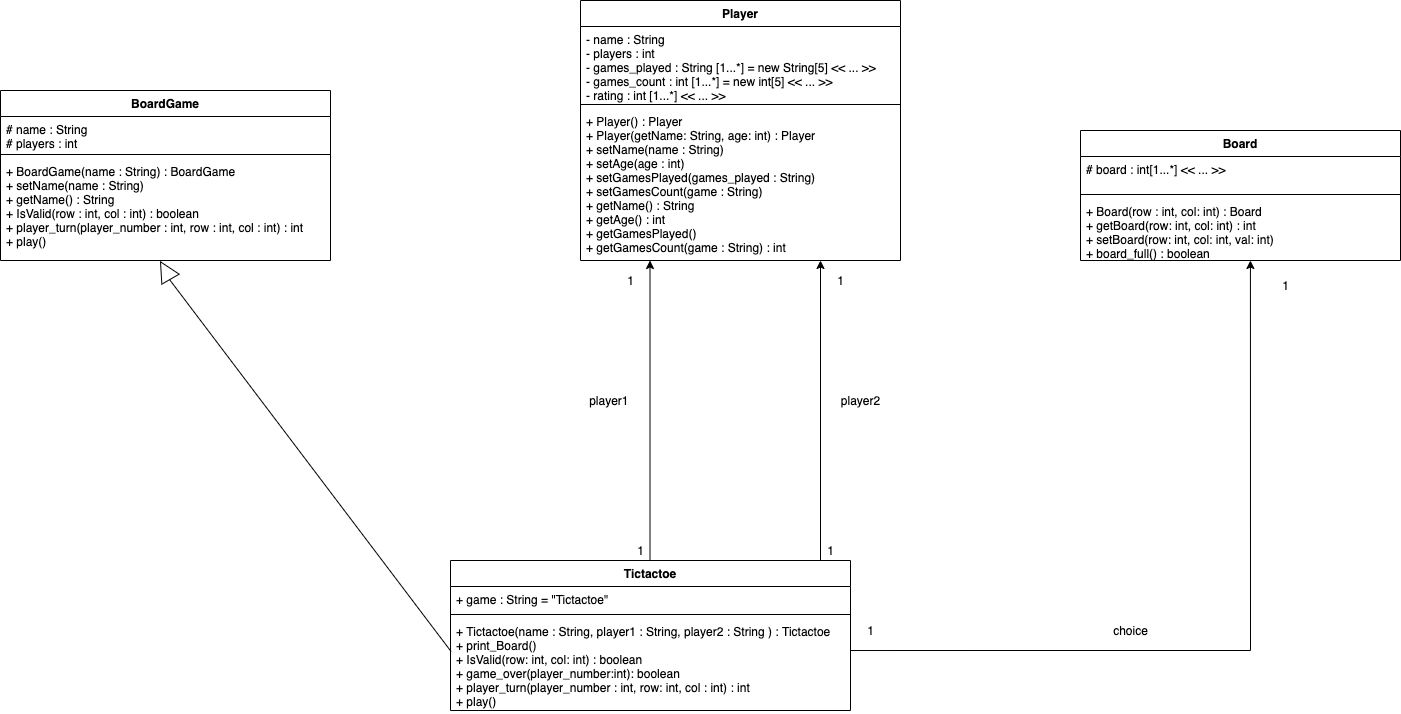
The draw.io diagram UML_Updated.png in akshatg007/Domain_Model_ClassDiagram, before a commit. Source tidied: cells renumbered, new cells last; positions are measured from the earlier drawing's top-left corner, leaving out a move shared by most shapes.
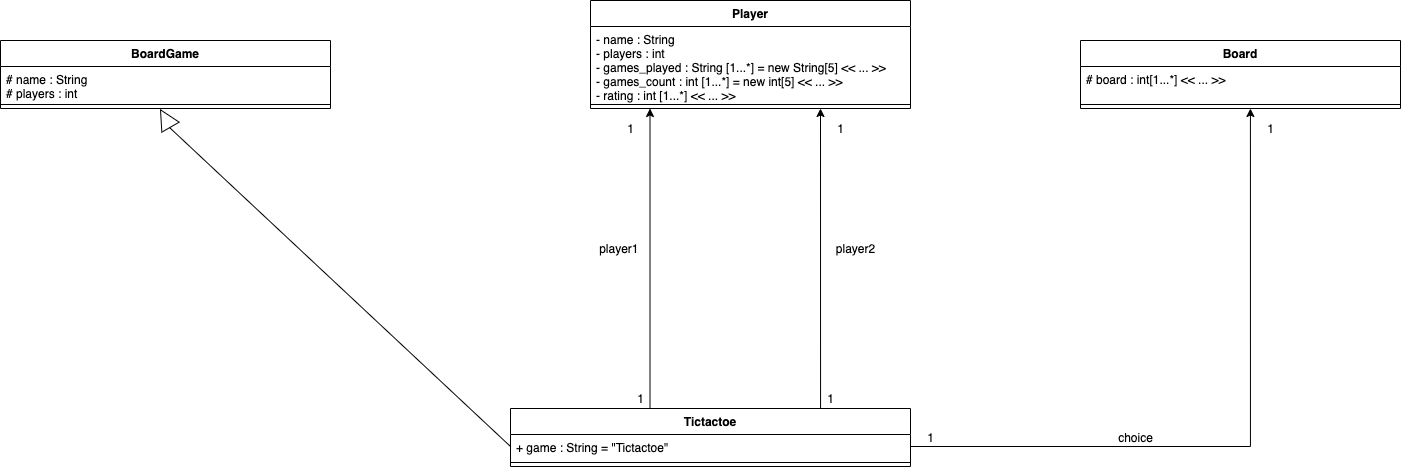
After the change.

What changed in the source:
```diff
@@ -3,7 +3,7 @@
     <mxCell id="0" />
     <mxCell id="1" parent="0" />
     <mxCell id="2" value="BoardGame" style="swimlane;fontStyle=1;align=center;verticalAlign=top;horizontal=1;startSize=26;" parent="1" vertex="1">
-      <mxGeometry y="90" width="330" height="170" as="geometry" />
+      <mxGeometry y="192" width="330" height="68" as="geometry" />
     </mxCell>
     <mxCell id="3" value="# name : String&#10;# players : int&#10;" style="text;strokeColor=none;fillColor=none;align=left;verticalAlign=top;spacingLeft=4;spacingRight=4;overflow=hidden;" parent="2" vertex="1">
       <mxGeometry y="26" width="330" height="34" as="geometry" />
@@ -11,11 +11,8 @@
     <mxCell id="4" style="line;strokeWidth=1;fillColor=none;align=left;verticalAlign=middle;spacingTop=-1;spacingLeft=3;spacingRight=3;labelPosition=right;" parent="2" vertex="1">
       <mxGeometry y="60" width="330" height="8" as="geometry" />
     </mxCell>
-    <mxCell id="5" value="+ BoardGame(name : String) : BoardGame&#10;+ setName(name : String) &#10;+ getName() : String&#10;+ IsValid(row : int, col : int) : boolean&#10;+ player_turn(player_number : int, row : int, col : int) : int&#10;+ play()" style="text;strokeColor=none;fillColor=none;align=left;verticalAlign=top;spacingLeft=4;spacingRight=4;overflow=hidden;" parent="2" vertex="1">
-      <mxGeometry y="68" width="330" height="102" as="geometry" />
-    </mxCell>
     <mxCell id="6" value="Tictactoe" style="swimlane;fontStyle=1;align=center;verticalAlign=top;horizontal=1;startSize=26;" parent="1" vertex="1">
-      <mxGeometry x="450" y="560" width="400" height="150" as="geometry" />
+      <mxGeometry x="510" y="560" width="400" height="58" as="geometry" />
     </mxCell>
     <mxCell id="7" value="+ game : String = &quot;Tictactoe&quot;" style="text;strokeColor=none;fillColor=none;align=left;verticalAlign=top;spacingLeft=4;spacingRight=4;overflow=hidden;points=[[0,0.5],[1,0.5]];portConstraint=eastwest;" parent="6" vertex="1">
       <mxGeometry y="26" width="400" height="24" as="geometry" />
@@ -23,11 +20,8 @@
     <mxCell id="8" style="line;strokeWidth=1;fillColor=none;align=left;verticalAlign=middle;spacingTop=-1;spacingLeft=3;spacingRight=3;labelPosition=right;" parent="6" vertex="1">
       <mxGeometry y="50" width="400" height="8" as="geometry" />
     </mxCell>
-    <mxCell id="9" value="+ Tictactoe(name : String, player1 : String, player2 : String ) : Tictactoe&#10;+ print_Board() &#10;+ IsValid(row: int, col: int) : boolean&#10;+ game_over(player_number:int): boolean&#10;+ player_turn(player_number : int, row: int, col : int) : int&#10;+ play()" style="text;strokeColor=none;fillColor=none;align=left;verticalAlign=top;spacingLeft=4;spacingRight=4;overflow=hidden;points=[[0,0.5],[1,0.5]];portConstraint=eastwest;labelBackgroundColor=none;labelBorderColor=none;" parent="6" vertex="1">
-      <mxGeometry y="58" width="400" height="92" as="geometry" />
-    </mxCell>
     <mxCell id="10" value="Player" style="swimlane;fontStyle=1;align=center;verticalAlign=top;horizontal=1;startSize=26;labelBackgroundColor=none;labelBorderColor=none;" parent="1" vertex="1">
-      <mxGeometry x="580" width="320" height="260" as="geometry" />
+      <mxGeometry x="590" y="152" width="320" height="108" as="geometry" />
     </mxCell>
     <mxCell id="11" value="- name : String&#10;- players : int&#10;- games_played : String [1...*] = new String[5] &lt;&lt; ... &gt;&gt;&#10;- games_count : int [1...*] = new int[5] &lt;&lt; ... &gt;&gt;&#10;- rating : int [1...*] &lt;&lt; ... &gt;&gt;&#10;" style="text;strokeColor=none;fillColor=none;align=left;verticalAlign=top;spacingLeft=4;spacingRight=4;overflow=hidden;" parent="10" vertex="1">
       <mxGeometry y="26" width="320" height="74" as="geometry" />
@@ -35,11 +29,8 @@
     <mxCell id="12" style="line;strokeWidth=1;fillColor=none;align=left;verticalAlign=middle;spacingTop=-1;spacingLeft=3;spacingRight=3;labelPosition=right;" parent="10" vertex="1">
       <mxGeometry y="100" width="320" height="8" as="geometry" />
     </mxCell>
-    <mxCell id="13" value="+ Player() : Player&#10;+ Player(getName: String, age: int) : Player&#10;+ setName(name : String) &#10;+ setAge(age : int)&#10;+ setGamesPlayed(games_played : String)&#10;+ setGamesCount(game : String) &#10;+ getName() : String&#10;+ getAge() : int&#10;+ getGamesPlayed()&#10;+ getGamesCount(game : String) : int " style="text;strokeColor=none;fillColor=none;align=left;verticalAlign=top;spacingLeft=4;spacingRight=4;overflow=hidden;points=[[0,0.5],[1,0.5]];portConstraint=eastwest;" parent="10" vertex="1">
-      <mxGeometry y="108" width="320" height="152" as="geometry" />
-    </mxCell>
     <mxCell id="14" value="Board" style="swimlane;fontStyle=1;align=center;verticalAlign=top;horizontal=1;startSize=26;" parent="1" vertex="1">
-      <mxGeometry x="1080" y="130" width="320" height="130" as="geometry" />
+      <mxGeometry x="1080" y="192" width="320" height="68" as="geometry" />
     </mxCell>
     <mxCell id="15" value="# board : int[1...*] &lt;&lt; ... &gt;&gt;" style="text;strokeColor=none;fillColor=none;align=left;verticalAlign=top;spacingLeft=4;spacingRight=4;overflow=hidden;" parent="14" vertex="1">
       <mxGeometry y="26" width="320" height="34" as="geometry" />
@@ -47,11 +38,10 @@
     <mxCell id="16" style="line;strokeWidth=1;fillColor=none;align=left;verticalAlign=middle;spacingTop=-1;spacingLeft=3;spacingRight=3;labelPosition=right;" parent="14" vertex="1">
       <mxGeometry y="60" width="320" height="8" as="geometry" />
     </mxCell>
-    <mxCell id="17" value="+ Board(row : int, col: int) : Board&#10;+ getBoard(row: int, col: int) : int&#10;+ setBoard(row: int, col: int, val: int) &#10;+ board_full() : boolean" style="text;strokeColor=none;fillColor=none;align=left;verticalAlign=top;spacingLeft=4;spacingRight=4;overflow=hidden;points=[[0,0.5],[1,0.5]];portConstraint=eastwest;" parent="14" vertex="1">
-      <mxGeometry y="68" width="320" height="62" as="geometry" />
-    </mxCell>
-    <mxCell id="18" style="endArrow=classic;html=1;rounded=0;edgeStyle=orthogonalEdgeStyle;exitX=1;exitY=0.348;exitDx=0;exitDy=0;exitPerimeter=0;entryX=0.531;entryY=1;entryDx=0;entryDy=0;entryPerimeter=0;" parent="1" edge="1" source="9" target="17">
-      <mxGeometry relative="1" as="geometry" />
+    <mxCell id="18" style="endArrow=classic;html=1;rounded=0;edgeStyle=orthogonalEdgeStyle;exitX=1;exitY=0.5;exitDx=0;exitDy=0;entryX=0.531;entryY=1;entryDx=0;entryDy=0;entryPerimeter=0;" parent="1" edge="1" source="7">
+      <mxGeometry relative="1" as="geometry">
+        <mxPoint x="1249.9" y="260" as="targetPoint" />
+      </mxGeometry>
     </mxCell>
     <mxCell id="19" style="endArrow=classic;html=1;rounded=0;edgeStyle=orthogonalEdgeStyle;" parent="1" edge="1">
       <mxGeometry relative="1" as="geometry">
@@ -59,8 +49,9 @@
         <mxPoint x="649.5" y="260" as="targetPoint" />
       </mxGeometry>
     </mxCell>
-    <mxCell id="20" style="endArrow=classic;html=1;rounded=0;edgeStyle=orthogonalEdgeStyle;entryX=0.75;entryY=1;entryDx=0;entryDy=0;entryPerimeter=0;exitX=0.8;exitY=0;exitDx=0;exitDy=0;exitPerimeter=0;" parent="1" edge="1" source="6" target="13">
+    <mxCell id="20" style="endArrow=classic;html=1;rounded=0;edgeStyle=orthogonalEdgeStyle;entryX=0.75;entryY=1;entryDx=0;entryDy=0;entryPerimeter=0;exitX=0.8;exitY=0;exitDx=0;exitDy=0;exitPerimeter=0;" parent="1" edge="1" source="6">
       <mxGeometry relative="1" as="geometry">
+        <mxPoint x="820" y="260" as="targetPoint" />
         <Array as="points">
           <mxPoint x="820" y="560" />
         </Array>
@@ -73,7 +64,7 @@
       <mxGeometry x="830" y="270" width="20" height="20" as="geometry" />
     </mxCell>
     <mxCell id="23" value="1&lt;br&gt;" style="text;html=1;align=center;verticalAlign=middle;strokeColor=none;fillColor=none;" parent="1" vertex="1">
-      <mxGeometry x="1275" y="275" width="20" height="20" as="geometry" />
+      <mxGeometry x="1260" y="270" width="20" height="20" as="geometry" />
     </mxCell>
     <mxCell id="24" value="1" style="text;html=1;align=center;verticalAlign=middle;strokeColor=none;fillColor=none;" parent="1" vertex="1">
       <mxGeometry x="630" y="540" width="20" height="20" as="geometry" />
@@ -82,25 +73,24 @@
       <mxGeometry x="820" y="540" width="20" height="20" as="geometry" />
     </mxCell>
     <mxCell id="26" value="1" style="text;html=1;align=center;verticalAlign=middle;strokeColor=none;fillColor=none;" parent="1" vertex="1">
-      <mxGeometry x="860" y="620" width="20" height="20" as="geometry" />
+      <mxGeometry x="920" y="579" width="20" height="20" as="geometry" />
     </mxCell>
     <mxCell id="27" style="triangle;whiteSpace=wrap;html=1;direction=north;rotation=-30;" parent="1" vertex="1">
       <mxGeometry x="155" y="260" width="20" height="20" as="geometry" />
     </mxCell>
-    <mxCell id="28" style="endArrow=none;html=1;rounded=0;entryX=0;entryY=0.5;entryDx=0;entryDy=0;exitX=0.004;exitY=0.37;exitDx=0;exitDy=0;exitPerimeter=0;" parent="1" edge="1">
+    <mxCell id="28" style="endArrow=none;html=1;rounded=0;entryX=0;entryY=0.5;entryDx=0;entryDy=0;exitX=0;exitY=0.5;exitDx=0;exitDy=0;" parent="1" edge="1" source="7">
       <mxGeometry relative="1" as="geometry">
-        <mxPoint x="450.6" y="651" as="sourcePoint" />
         <mxPoint x="169" y="279" as="targetPoint" />
       </mxGeometry>
     </mxCell>
     <mxCell id="29" value="player1&amp;nbsp;" style="text;html=1;align=center;verticalAlign=middle;strokeColor=none;fillColor=none;" parent="1" vertex="1">
-      <mxGeometry x="580" y="390" width="60" height="20" as="geometry" />
+      <mxGeometry x="590" y="390" width="60" height="20" as="geometry" />
     </mxCell>
     <mxCell id="30" value="player2" style="text;html=1;align=center;verticalAlign=middle;strokeColor=none;fillColor=none;" parent="1" vertex="1">
-      <mxGeometry x="835" y="390" width="50" height="20" as="geometry" />
+      <mxGeometry x="830" y="390" width="50" height="20" as="geometry" />
     </mxCell>
     <mxCell id="31" value="choice" style="text;html=1;align=center;verticalAlign=middle;strokeColor=none;fillColor=none;" parent="1" vertex="1">
-      <mxGeometry x="1105" y="620" width="50" height="20" as="geometry" />
+      <mxGeometry x="1110" y="579" width="50" height="20" as="geometry" />
     </mxCell>
   </root>
 </mxGraphModel>
```
